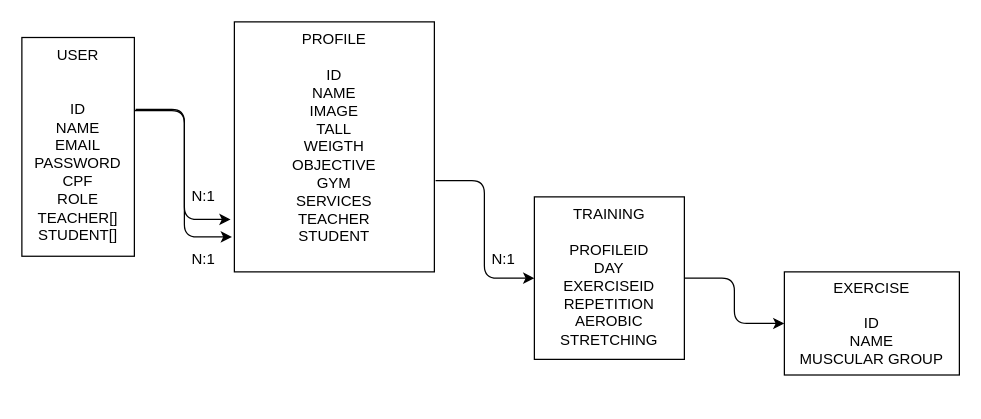
Above: search-healthy/esquema.drawio in iuridantas/Search-healthy (draw.io), before the change. Source tidied: cells renumbered, new cells numbered last; positions are measured from the earlier drawing's top-left corner, leaving out a move shared by most shapes. Both pictures are drawn from the tidied source at 125%, with x=0, y=0 at pixel (21, 21).
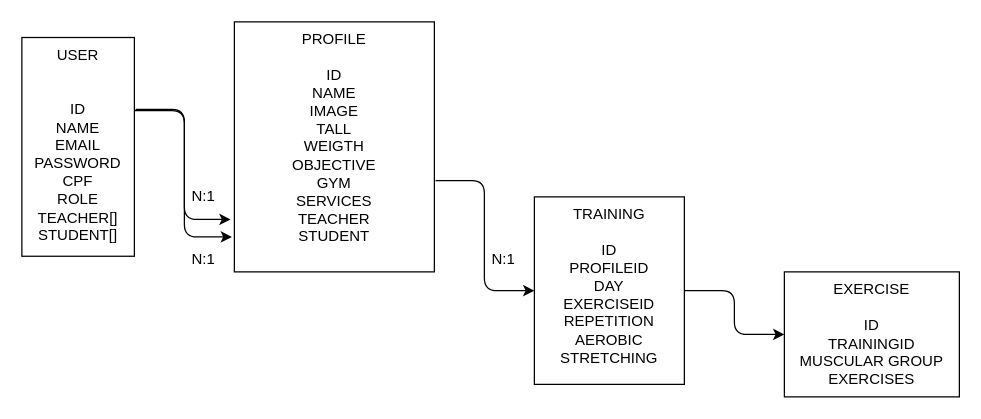
Above is the later version.

The edit, as a diff of the source:
```diff
@@
 <mxGraphModel>
   <root>
     <mxCell id="0" />
     <mxCell id="1" parent="0" />
     <mxCell id="2" style="edgeStyle=orthogonalEdgeStyle;html=1;exitX=1;exitY=0.334;exitDx=0;exitDy=0;entryX=-0.019;entryY=0.79;entryDx=0;entryDy=0;entryPerimeter=0;exitPerimeter=0;" parent="1" edge="1" source="4" target="6">
       <mxGeometry relative="1" as="geometry" />
     </mxCell>
     <mxCell id="3" style="edgeStyle=orthogonalEdgeStyle;html=1;exitX=1.011;exitY=0.329;exitDx=0;exitDy=0;entryX=-0.012;entryY=0.86;entryDx=0;entryDy=0;entryPerimeter=0;exitPerimeter=0;" parent="1" edge="1" source="4" target="6">
       <mxGeometry relative="1" as="geometry" />
     </mxCell>
     <mxCell id="4" value="USER&lt;br&gt;&lt;br&gt;&lt;br&gt;ID&lt;br&gt;NAME&lt;br&gt;EMAIL&lt;br&gt;PASSWORD&lt;br&gt;CPF&lt;br&gt;ROLE&lt;br&gt;TEACHER[]&lt;br&gt;STUDENT[]" style="rounded=0;whiteSpace=wrap;html=1;fillColor=default;verticalAlign=top;" parent="1" vertex="1">
       <mxGeometry y="12.5" width="90" height="175" as="geometry" />
     </mxCell>
     <mxCell id="5" style="edgeStyle=orthogonalEdgeStyle;html=1;entryX=0;entryY=0.5;entryDx=0;entryDy=0;exitX=1.006;exitY=0.635;exitDx=0;exitDy=0;exitPerimeter=0;" parent="1" edge="1" source="6" target="8">
       <mxGeometry relative="1" as="geometry" />
     </mxCell>
     <mxCell id="6" value="PROFILE&lt;br&gt;&lt;br&gt;ID&lt;br&gt;NAME&lt;br&gt;IMAGE&lt;br&gt;TALL&lt;br&gt;WEIGTH&lt;br&gt;OBJECTIVE&lt;br&gt;GYM&lt;br&gt;SERVICES&lt;br&gt;TEACHER&lt;br&gt;STUDENT" style="rounded=0;whiteSpace=wrap;html=1;fillColor=default;verticalAlign=top;" parent="1" vertex="1">
       <mxGeometry x="170" width="160" height="200" as="geometry" />
     </mxCell>
     <mxCell id="7" style="edgeStyle=orthogonalEdgeStyle;html=1;exitX=1;exitY=0.5;exitDx=0;exitDy=0;entryX=0;entryY=0.5;entryDx=0;entryDy=0;" parent="1" edge="1" source="8" target="12">
       <mxGeometry relative="1" as="geometry" />
     </mxCell>
-    <mxCell id="8" value="TRAINING&lt;br&gt;&lt;br&gt;PROFILEID&lt;br&gt;DAY&lt;br&gt;EXERCISEID&lt;br&gt;REPETITION&lt;br&gt;AEROBIC&lt;br&gt;STRETCHING" style="rounded=0;whiteSpace=wrap;html=1;fillColor=default;verticalAlign=top;" parent="1" vertex="1">
-      <mxGeometry x="410" y="140" width="120" height="130" as="geometry" />
+    <mxCell id="8" value="TRAINING&lt;br&gt;&lt;br&gt;ID&lt;br&gt;PROFILEID&lt;br&gt;DAY&lt;br&gt;EXERCISEID&lt;br&gt;REPETITION&lt;br&gt;AEROBIC&lt;br&gt;STRETCHING" style="rounded=0;whiteSpace=wrap;html=1;fillColor=default;verticalAlign=top;" parent="1" vertex="1">
+      <mxGeometry x="410" y="140" width="120" height="150" as="geometry" />
     </mxCell>
     <mxCell id="9" value="N:1" style="text;html=1;align=center;verticalAlign=middle;strokeColor=none;fillColor=none;" parent="1" vertex="1">
       <mxGeometry x="130" y="130" width="30" height="20" as="geometry" />
     </mxCell>
     <mxCell id="10" value="N:1" style="text;html=1;align=center;verticalAlign=middle;strokeColor=none;fillColor=none;" parent="1" vertex="1">
       <mxGeometry x="130" y="180" width="30" height="20" as="geometry" />
     </mxCell>
     <mxCell id="11" value="N:1" style="text;html=1;align=center;verticalAlign=middle;strokeColor=none;fillColor=none;" parent="1" vertex="1">
       <mxGeometry x="370" y="180" width="30" height="20" as="geometry" />
     </mxCell>
-    <mxCell id="12" value="EXERCISE&lt;br&gt;&lt;br&gt;ID&lt;br&gt;NAME&lt;br&gt;MUSCULAR GROUP" style="rounded=0;whiteSpace=wrap;html=1;" parent="1" vertex="1">
-      <mxGeometry x="610" y="200" width="140" height="82.5" as="geometry" />
+    <mxCell id="12" value="EXERCISE&lt;br&gt;&lt;br&gt;ID&lt;br&gt;TRAININGID&lt;br&gt;MUSCULAR GROUP&lt;br&gt;EXERCISES" style="rounded=0;whiteSpace=wrap;html=1;" parent="1" vertex="1">
+      <mxGeometry x="610" y="200" width="140" height="100" as="geometry" />
     </mxCell>
   </root>
 </mxGraphModel>
```
